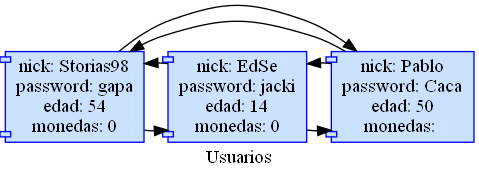
Geuz99/-EDD_2S-BatallaNaval_201800500 keeps this Graphviz diagram as Fase 1/Usuarios.png. Above is the earlier version. Its source is kept beside it as Fase 1/Usuarios.dot.
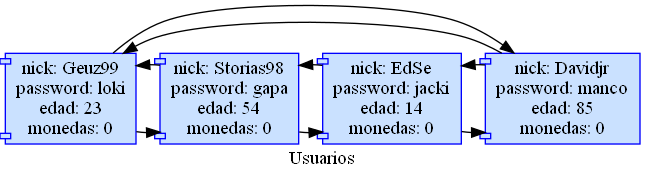
The same file after the commit.

Change to the diagram source:
```diff
@@ -1,6 +1,10 @@
 digraph G {
 label="Usuarios";
 node [shape=component, style=filled, color=blue, fillcolor=lightsteelblue1];
+Geuz99[label="nick: Geuz99
+password: loki
+edad: 23
+monedas: 0"];
 Storias98[label="nick: Storias98
 password: gapa
 edad: 54
@@ -9,12 +13,12 @@
 password: jacki
 edad: 14
 monedas: 0"];
-Pablo[label="nick: Pablo
-password: Caca
-edad: 50
-monedas: "];
+Davidjr[label="nick: Davidjr
+password: manco
+edad: 85
+monedas: 0"];
 {rank=same;
-Storias98->EdSe->Pablo->Storias98
-EdSe->Storias98 Pablo->EdSe Storias98->Pablo
+Geuz99->Storias98->EdSe->Davidjr->Geuz99
+Storias98->Geuz99 EdSe->Storias98 Davidjr->EdSe Geuz99->Davidjr
 }
 }
```
